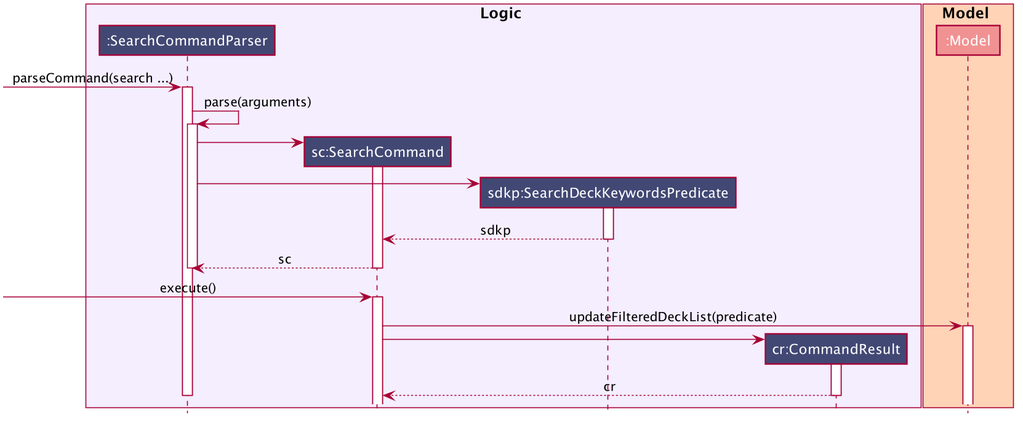
The PlantUML diagram images/SearchFilterDiagram.png in AY1920S2-CS2103T-T10-2/main, before a commit. Source of this version:
```plantuml
@startuml








skinparam BackgroundColor #FFFFFFF

skinparam Shadowing false

skinparam Class {
    FontColor #FFFFFF
    BorderThickness 1
    BorderColor #FFFFFF
    StereotypeFontColor #FFFFFF
    FontName Arial
}

skinparam Actor {
    BorderColor #000000
    Color #000000
    FontName Arial
}

skinparam Sequence {
    MessageAlign center
    BoxFontSize 15
    BoxPadding 0
    BoxFontColor #000000
    FontName Arial
}

skinparam Participant {
    FontColor #FFFFFFF
    Padding 20
}

skinparam MinClassWidth 50
skinparam ParticipantPadding 10
skinparam Shadowing false
skinparam DefaultTextAlignment center
skinparam packageStyle Rectangle

hide footbox
hide members
hide circle

box Logic #f4eeff
participant ":SearchCommandParser" as SearchCommandParser #424874
participant "sc:SearchCommand" as SearchCommand #424874
participant "sdkp:SearchDeckKeywordsPredicate" as SearchDeckKeywordsPredicate #424874
participant "cr:CommandResult" as CommandResult #424874
end box

box Model #ffd3b6
participant ":Model" as Model #f19292

end box

[-> SearchCommandParser: parseCommand(search ...)
activate SearchCommandParser

SearchCommandParser -> SearchCommandParser: parse(arguments)
activate SearchCommandParser

create SearchCommand
SearchCommandParser -> SearchCommand
activate SearchCommand

create SearchDeckKeywordsPredicate
SearchCommandParser -> SearchDeckKeywordsPredicate
activate SearchDeckKeywordsPredicate

SearchDeckKeywordsPredicate --> SearchCommand: sdkp
deactivate SearchDeckKeywordsPredicate
SearchCommand --> SearchCommandParser: sc
deactivate SearchCommand
deactivate SearchCommandParser

[-> SearchCommand: execute()
activate SearchCommand

SearchCommand -> Model: updateFilteredDeckList(predicate)
activate Model

create CommandResult
SearchCommand -> CommandResult

activate CommandResult
CommandResult --> SearchCommand: cr
deactivate CommandResult

deactivate SearchCommandParser

@enduml
```
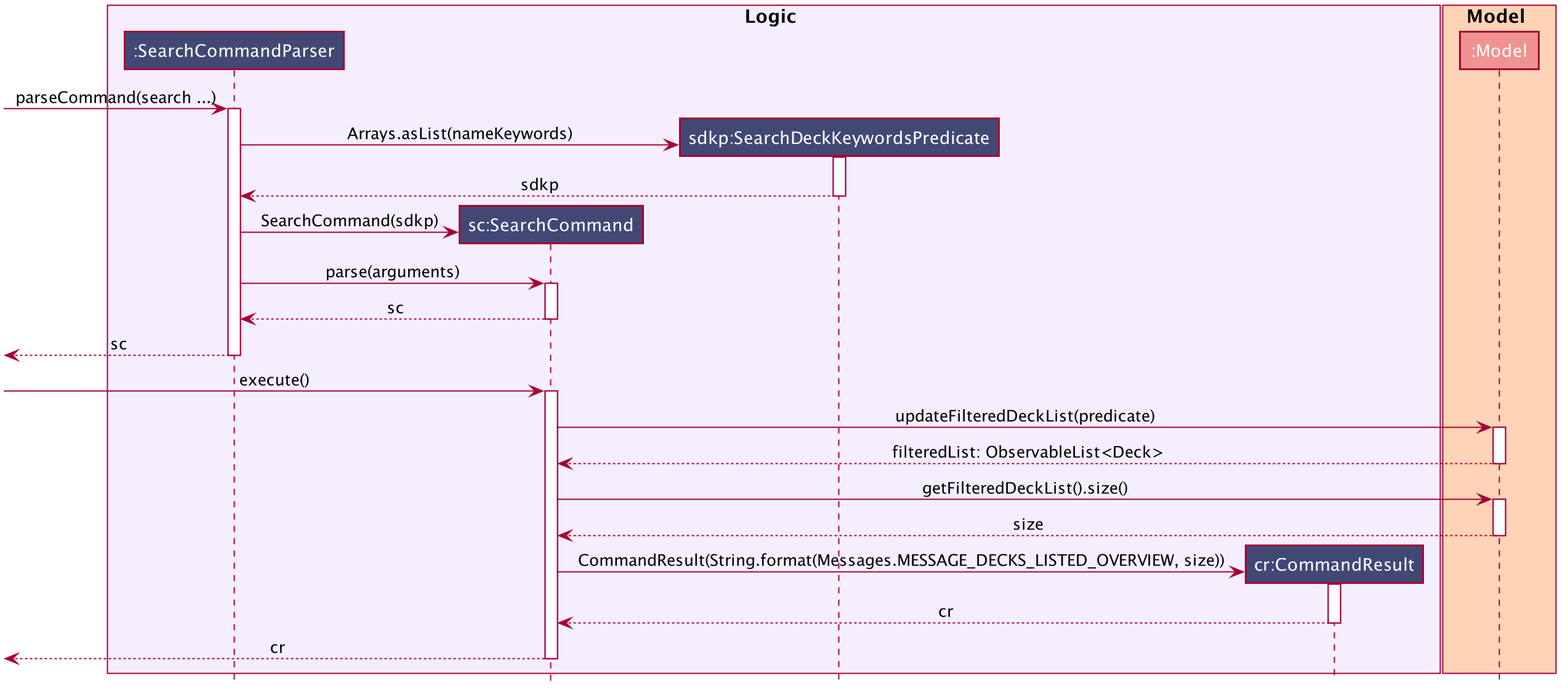
After the commit.

Diff of the diagram source:
```diff
@@ -20,8 +20,8 @@
 }
 
 skinparam Actor {
-    BorderColor #000000
-    Color #000000
+    BorderColor #FFFFFF
+    Color #FFFFFF
     FontName Arial
 }
 
@@ -63,21 +63,22 @@
 [-> SearchCommandParser: parseCommand(search ...)
 activate SearchCommandParser
 
-SearchCommandParser -> SearchCommandParser: parse(arguments)
-activate SearchCommandParser
+create SearchDeckKeywordsPredicate
+SearchCommandParser -> SearchDeckKeywordsPredicate: Arrays.asList(nameKeywords)
+activate SearchDeckKeywordsPredicate
+SearchDeckKeywordsPredicate --> SearchCommandParser: sdkp
+deactivate SearchDeckKeywordsPredicate
 
 create SearchCommand
-SearchCommandParser -> SearchCommand
+SearchCommandParser -> SearchCommand: SearchCommand(sdkp)
+SearchCommandParser -> SearchCommand: parse(arguments)
+
 activate SearchCommand
 
-create SearchDeckKeywordsPredicate
-SearchCommandParser -> SearchDeckKeywordsPredicate
-activate SearchDeckKeywordsPredicate
-
-SearchDeckKeywordsPredicate --> SearchCommand: sdkp
-deactivate SearchDeckKeywordsPredicate
 SearchCommand --> SearchCommandParser: sc
 deactivate SearchCommand
+
+[<-- SearchCommandParser: sc
 deactivate SearchCommandParser
 
 [-> SearchCommand: execute()
@@ -86,13 +87,22 @@
 SearchCommand -> Model: updateFilteredDeckList(predicate)
 activate Model
 
+Model --> SearchCommand: filteredList: ObservableList<Deck>
+deactivate Model
+
+SearchCommand -> Model: getFilteredDeckList().size()
+activate Model
+Model --> SearchCommand: size
+deactivate Model
+
 create CommandResult
-SearchCommand -> CommandResult
+SearchCommand -> CommandResult: CommandResult(String.format(Messages.MESSAGE_DECKS_LISTED_OVERVIEW, size))
 
 activate CommandResult
 CommandResult --> SearchCommand: cr
 deactivate CommandResult
 
-deactivate SearchCommandParser
+[<-- SearchCommand: cr
+deactivate SearchCommand
 
 @enduml
```
